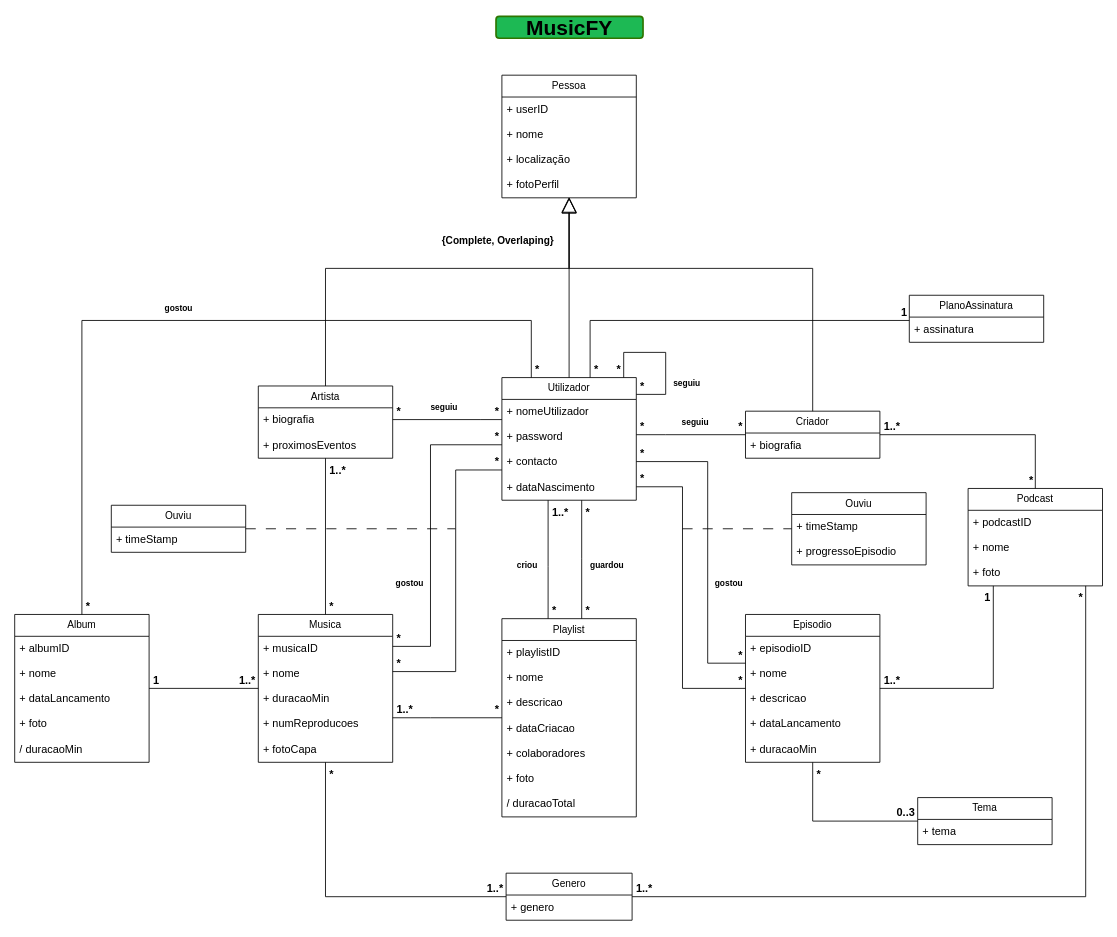
This is UMLmusicFY.drawio from PedroLunet/database, a draw.io file, before an edit. Source tidied: cells renumbered, new cells numbered last; positions are measured from the earlier drawing's top-left corner, leaving out a move shared by most shapes. Both pictures are drawn from the tidied source at 84%, with x=0, y=0 at pixel (14, 16).
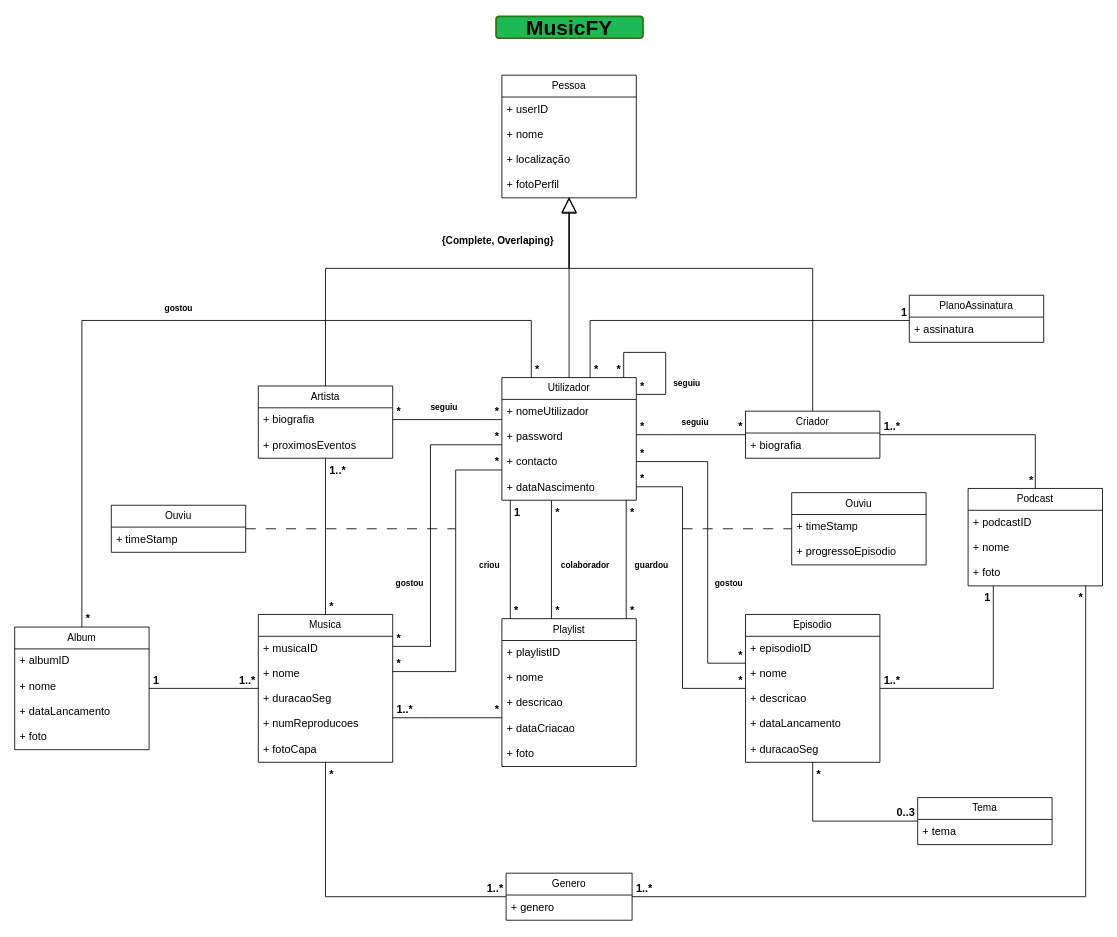
Above is the later version.

The change refers to these unchanged cells:
```xml
<mxCell id="7" value="Utilizador" style="swimlane;fontStyle=0;horizontal=1;startSize=26;fillColor=none;whiteSpace=wrap;html=1;" parent="1" vertex="1">
  <mxGeometry x="580" y="430" width="160" height="146" as="geometry" />
</mxCell>
<mxCell id="31" value="Musica" style="swimlane;fontStyle=0;horizontal=1;startSize=26;fillColor=none;whiteSpace=wrap;html=1;" parent="1" vertex="1">
  <mxGeometry x="290" y="712" width="160" height="176" as="geometry" />
</mxCell>
<mxCell id="56" value="Episodio" style="swimlane;fontStyle=0;horizontal=1;startSize=26;fillColor=none;whiteSpace=wrap;html=1;" parent="1" vertex="1">
  <mxGeometry x="870" y="712" width="160" height="176" as="geometry" />
</mxCell>
```

The edit, as a diff of the source:
```diff
@@
-    <mxCell id="34" value="+ duracaoMin" style="text;strokeColor=none;fillColor=none;align=left;verticalAlign=top;spacingLeft=4;spacingRight=4;overflow=hidden;whiteSpace=wrap;html=1;fontSize=13;" parent="31" vertex="1">
+    <mxCell id="34" value="+ duracaoSeg" style="text;strokeColor=none;fillColor=none;align=left;verticalAlign=top;spacingLeft=4;spacingRight=4;overflow=hidden;whiteSpace=wrap;html=1;fontSize=13;" parent="31" vertex="1">
       <mxGeometry y="86" width="160" height="30" as="geometry" />
     </mxCell>
@@
     <mxCell id="40" value="Album" style="swimlane;fontStyle=0;horizontal=1;startSize=26;fillColor=none;whiteSpace=wrap;html=1;" parent="1" vertex="1">
-      <mxGeometry y="712" width="160" height="176" as="geometry" />
+      <mxGeometry y="727" width="160" height="146" as="geometry" />
     </mxCell>
@@
-    <mxCell id="45" value="/ duracaoMin" style="text;strokeColor=none;fillColor=none;align=left;verticalAlign=top;spacingLeft=4;spacingRight=4;overflow=hidden;whiteSpace=wrap;html=1;fontSize=13;" parent="40" vertex="1">
-      <mxGeometry y="146" width="160" height="30" as="geometry" />
-    </mxCell>
@@
-    <mxCell id="61" value="+ duracaoMin" style="text;strokeColor=none;fillColor=none;align=left;verticalAlign=top;spacingLeft=4;spacingRight=4;overflow=hidden;whiteSpace=wrap;html=1;fontSize=13;" parent="56" vertex="1">
+    <mxCell id="61" value="+ duracaoSeg" style="text;strokeColor=none;fillColor=none;align=left;verticalAlign=top;spacingLeft=4;spacingRight=4;overflow=hidden;whiteSpace=wrap;html=1;fontSize=13;" parent="56" vertex="1">
       <mxGeometry y="146" width="160" height="30" as="geometry" />
     </mxCell>
@@
     <mxCell id="67" value="Playlist" style="swimlane;fontStyle=0;horizontal=1;startSize=26;fillColor=none;whiteSpace=wrap;html=1;" parent="1" vertex="1">
-      <mxGeometry x="580" y="717" width="160" height="236" as="geometry" />
+      <mxGeometry x="580" y="717" width="160" height="176" as="geometry" />
     </mxCell>
@@
-    <mxCell id="72" value="+ colaboradores" style="text;strokeColor=none;fillColor=none;align=left;verticalAlign=top;spacingLeft=4;spacingRight=4;overflow=hidden;whiteSpace=wrap;html=1;fontSize=13;" parent="67" vertex="1">
-      <mxGeometry y="146" width="160" height="30" as="geometry" />
-    </mxCell>
     <mxCell id="73" value="+ foto" style="text;strokeColor=none;fillColor=none;align=left;verticalAlign=top;spacingLeft=4;spacingRight=4;overflow=hidden;whiteSpace=wrap;html=1;fontSize=13;" parent="67" vertex="1">
-      <mxGeometry y="176" width="160" height="30" as="geometry" />
+      <mxGeometry y="146" width="160" height="30" as="geometry" />
     </mxCell>
-    <mxCell id="74" value="/ duracaoTotal" style="text;strokeColor=none;fillColor=none;align=left;verticalAlign=top;spacingLeft=4;spacingRight=4;overflow=hidden;whiteSpace=wrap;html=1;fontSize=13;" parent="67" vertex="1">
-      <mxGeometry y="206" width="160" height="30" as="geometry" />
-    </mxCell>
-    <mxCell id="75" style="endArrow=none;html=1;edgeStyle=orthogonalEdgeStyle;rounded=0;" parent="1" edge="1" source="7" target="67">
+    <mxCell id="75" style="endArrow=none;html=1;edgeStyle=orthogonalEdgeStyle;rounded=0;" parent="1" edge="1">
       <mxGeometry relative="1" as="geometry">
+        <mxPoint x="590" y="576" as="sourcePoint" />
+        <mxPoint x="590" y="717" as="targetPoint" />
         <Array as="points">
-          <mxPoint x="635" y="655" />
-          <mxPoint x="635" y="655" />
+          <mxPoint x="590" y="655" />
+          <mxPoint x="590" y="655" />
         </Array>
       </mxGeometry>
     </mxCell>
-    <mxCell id="76" value="1..*" style="edgeLabel;html=1;align=left;verticalAlign=top;fontSize=13;fontStyle=1;labelBackgroundColor=none;" parent="75" vertex="1">
+    <mxCell id="76" value="1" style="edgeLabel;html=1;align=left;verticalAlign=top;fontSize=13;fontStyle=1;labelBackgroundColor=none;" parent="75" vertex="1">
       <mxGeometry x="-1" relative="1" as="geometry">
         <mxPoint x="3" as="offset" />
       </mxGeometry>
     </mxCell>
@@
-    <mxCell id="78" style="endArrow=none;html=1;edgeStyle=orthogonalEdgeStyle;rounded=0;" parent="1" edge="1" source="7" target="67">
+    <mxCell id="78" style="endArrow=none;html=1;edgeStyle=orthogonalEdgeStyle;rounded=0;" parent="1" edge="1">
       <mxGeometry relative="1" as="geometry">
+        <mxPoint x="728" y="576" as="sourcePoint" />
+        <mxPoint x="728" y="717" as="targetPoint" />
         <Array as="points">
-          <mxPoint x="675" y="645" />
-          <mxPoint x="675" y="645" />
+          <mxPoint x="728" y="645" />
+          <mxPoint x="728" y="645" />
         </Array>
       </mxGeometry>
     </mxCell>
@@
     <mxCell id="94" value="criou" style="text;html=1;align=center;verticalAlign=middle;strokeColor=none;fillColor=none;fontSize=10;fontStyle=1;" parent="1" vertex="1">
-      <mxGeometry x="585" y="638" width="50" height="30" as="geometry" />
+      <mxGeometry x="540" y="638" width="50" height="30" as="geometry" />
     </mxCell>
     <mxCell id="95" value="guardou" style="text;html=1;align=center;verticalAlign=middle;strokeColor=none;fillColor=none;fontSize=10;fontStyle=1;" parent="1" vertex="1">
-      <mxGeometry x="675" y="638" width="60" height="30" as="geometry" />
+      <mxGeometry x="728" y="638" width="60" height="30" as="geometry" />
     </mxCell>
@@
+    <mxCell id="135" style="endArrow=none;html=1;edgeStyle=orthogonalEdgeStyle;rounded=0;" parent="1" edge="1">
+      <mxGeometry relative="1" as="geometry">
+        <mxPoint x="639" y="576" as="sourcePoint" />
+        <mxPoint x="639" y="717" as="targetPoint" />
+      </mxGeometry>
+    </mxCell>
+    <mxCell id="136" value="*" style="edgeLabel;html=1;align=left;verticalAlign=top;fontSize=13;fontStyle=1;labelBackgroundColor=none;" parent="135" vertex="1">
+      <mxGeometry x="-1" relative="1" as="geometry">
+        <mxPoint x="3" as="offset" />
+      </mxGeometry>
+    </mxCell>
+    <mxCell id="137" value="*" style="edgeLabel;html=1;align=left;verticalAlign=bottom;fontSize=13;fontStyle=1;labelBackgroundColor=none;" parent="135" vertex="1">
+      <mxGeometry x="1" relative="1" as="geometry">
+        <mxPoint x="3" as="offset" />
+      </mxGeometry>
+    </mxCell>
+    <mxCell id="138" value="colaborador" style="text;html=1;align=center;verticalAlign=middle;strokeColor=none;fillColor=none;fontSize=10;fontStyle=1;" parent="1" vertex="1">
+      <mxGeometry x="639" y="638" width="80" height="30" as="geometry" />
+    </mxCell>
```
